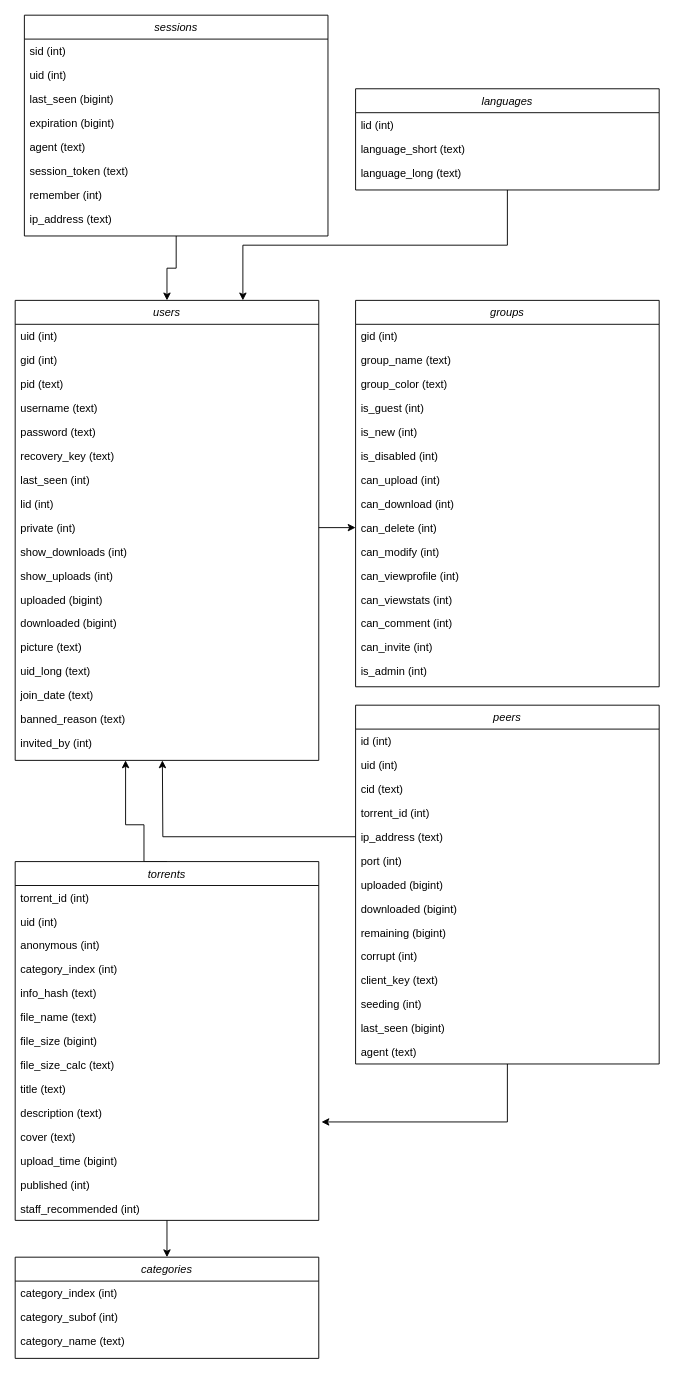
Earlier version of the draw.io diagram docs/diagrams/database_diagram.drawio (jackrdavies2023/jrd15_MP_AberDock_BitTorrent). Source tidied: cells renumbered, new cells numbered last; positions are measured from the earlier drawing's top-left corner, leaving out a move shared by most shapes. Both pictures are drawn from the tidied source at 92%, with x=0, y=0 at pixel (15, 15).
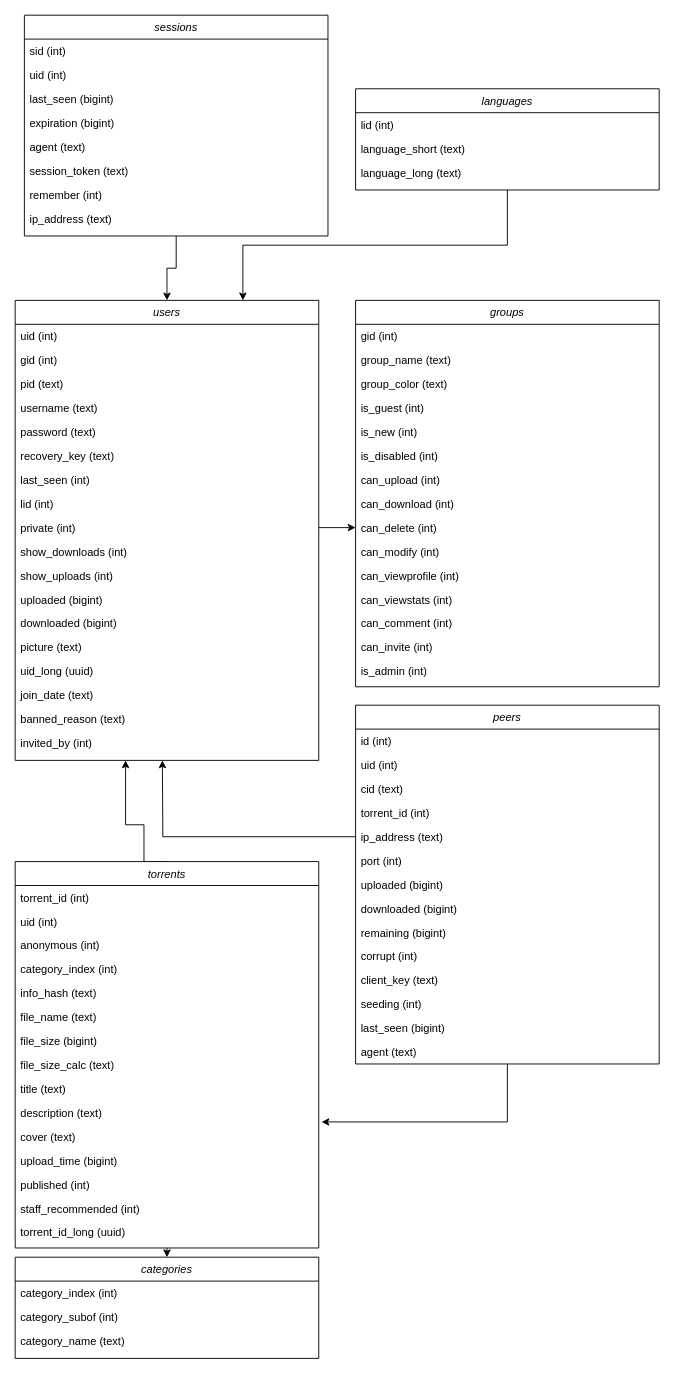
After the change.

Commit message:
Update database diagram

The change refers to these unchanged cells:
```xml
<mxCell id="2" value="users" style="swimlane;fontStyle=2;align=center;verticalAlign=top;horizontal=1;startSize=26;rounded=0;shadow=0;strokeWidth=1;" parent="1" vertex="1">
  <mxGeometry y="310" width="330" height="500" as="geometry" />
</mxCell>
```

Change to the diagram source:
```diff
@@
-    <mxCell id="17" value="uid_long (text)" style="text;align=left;verticalAlign=top;spacingLeft=4;spacingRight=4;overflow=hidden;rounded=0;shadow=0;html=0;" parent="2" vertex="1">
+    <mxCell id="17" value="uid_long (uuid)" style="text;align=left;verticalAlign=top;spacingLeft=4;spacingRight=4;overflow=hidden;rounded=0;shadow=0;html=0;" parent="2" vertex="1">
       <mxGeometry y="390" width="330" height="26" as="geometry" />
     </mxCell>
@@
     <mxCell id="57" value="torrents" style="swimlane;fontStyle=2;align=center;verticalAlign=top;horizontal=1;startSize=26;rounded=0;shadow=0;strokeWidth=1;" parent="1" vertex="1">
-      <mxGeometry y="920" width="330" height="390" as="geometry" />
+      <mxGeometry y="920" width="330" height="420" as="geometry" />
     </mxCell>
@@
+    <mxCell id="91" value="torrent_id_long (uuid)" style="text;align=left;verticalAlign=top;spacingLeft=4;spacingRight=4;overflow=hidden;rounded=0;shadow=0;html=0;" parent="57" vertex="1">
+      <mxGeometry y="390" width="330" height="26" as="geometry" />
+    </mxCell>
```
